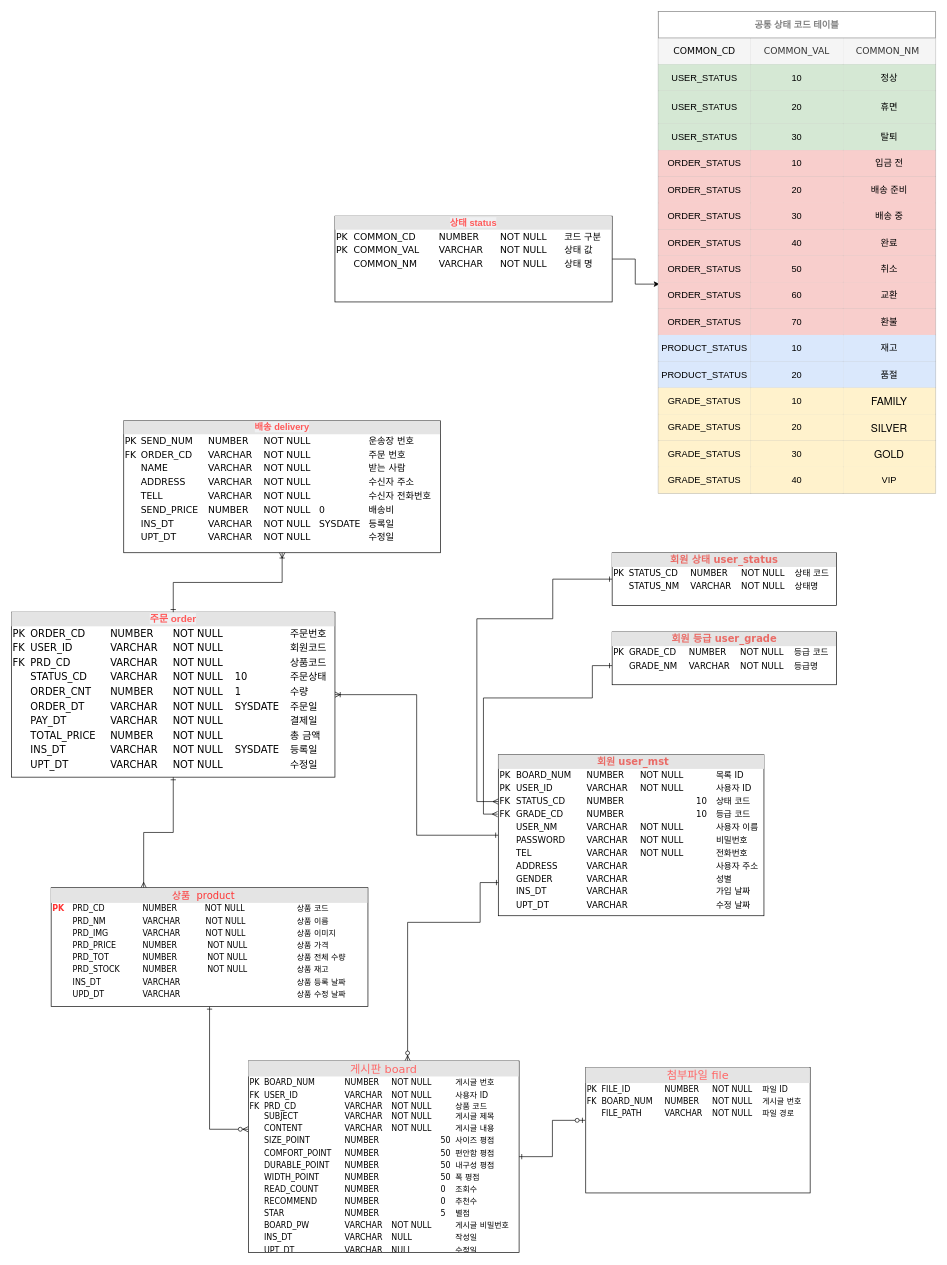
This is Nike.com/NikeERP.drawio from MinJeung-Kim/Team-Project, a draw.io file, before an edit. Source tidied: cells renumbered, new cells numbered last; positions are measured from the earlier drawing's top-left corner, leaving out a move shared by most shapes. Both pictures are drawn from the tidied source at 66%, with x=0, y=0 at pixel (11, 11).
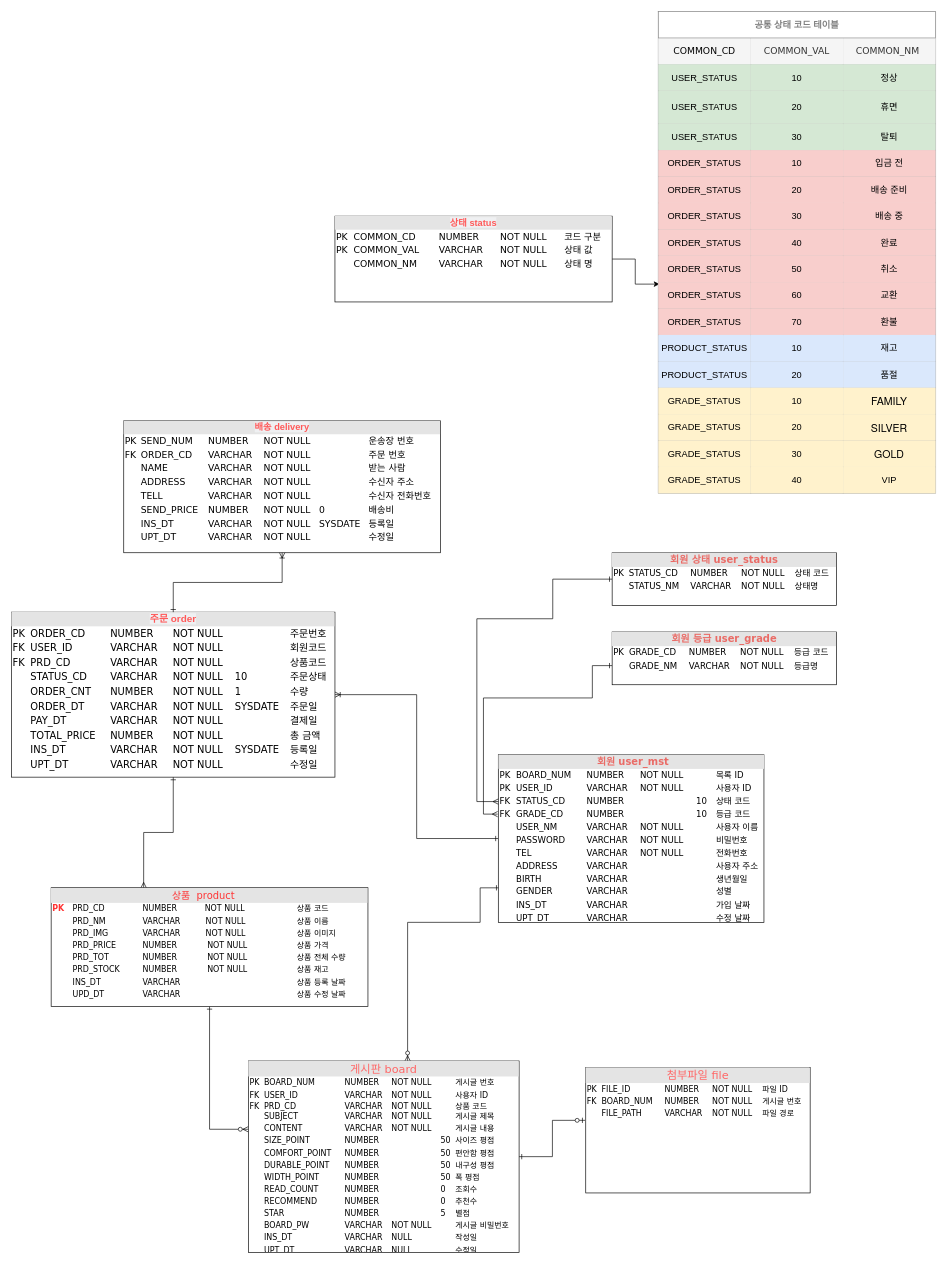
Above is the later version.

Change to the diagram source:
```diff
@@
-    <mxCell id="12" value="&lt;div style=&quot;box-sizing: border-box ; width: 100% ; background: rgb(228 , 228 , 228) ; padding: 2px ; text-align: center ; font-size: 15px&quot;&gt;&lt;font color=&quot;#ea6b66&quot; style=&quot;font-size: 15px&quot;&gt;&amp;nbsp;&lt;font style=&quot;font-size: 15px&quot;&gt;&lt;b&gt;회원&lt;/b&gt;&lt;/font&gt; &lt;b&gt;user_mst&lt;/b&gt;&lt;/font&gt;&lt;/div&gt;&lt;table cellpadding=&quot;2&quot; cellspacing=&quot;0&quot; style=&quot;font-size: 13px ; width: 410.667px&quot;&gt;&lt;tbody&gt;&lt;tr&gt;&lt;td&gt;&lt;font style=&quot;font-size: 13px&quot;&gt;PK&lt;/font&gt;&lt;/td&gt;&lt;td&gt;&lt;font style=&quot;font-size: 13px&quot;&gt;BOARD_NUM&lt;br&gt;&lt;/font&gt;&lt;/td&gt;&lt;td&gt;&lt;font style=&quot;font-size: 13px&quot;&gt;NUMBER&lt;/font&gt;&lt;/td&gt;&lt;td&gt;&lt;font style=&quot;font-size: 13px&quot;&gt;NOT NULL&lt;/font&gt;&lt;/td&gt;&lt;td&gt;&lt;font style=&quot;font-size: 13px&quot;&gt;&lt;br&gt;&lt;/font&gt;&lt;/td&gt;&lt;td&gt;&lt;font style=&quot;font-size: 13px&quot;&gt;&lt;br&gt;&lt;/font&gt;&lt;/td&gt;&lt;td&gt;&lt;font style=&quot;font-size: 13px&quot;&gt;목록 ID&lt;/font&gt;&lt;/td&gt;&lt;/tr&gt;&lt;tr&gt;&lt;td&gt;&lt;font style=&quot;font-size: 13px&quot;&gt;PK&lt;/font&gt;&lt;/td&gt;&lt;td&gt;&lt;font style=&quot;font-size: 13px&quot;&gt;USER_ID&lt;/font&gt;&lt;/td&gt;&lt;td&gt;&lt;font style=&quot;font-size: 13px&quot;&gt;VARCHAR&lt;/font&gt;&lt;/td&gt;&lt;td&gt;&lt;font style=&quot;font-size: 13px&quot;&gt;NOT NULL&lt;/font&gt;&lt;/td&gt;&lt;td&gt;&lt;font style=&quot;font-size: 13px&quot;&gt;&lt;br&gt;&lt;/font&gt;&lt;/td&gt;&lt;td&gt;&lt;font style=&quot;font-size: 13px&quot;&gt;&lt;br&gt;&lt;/font&gt;&lt;/td&gt;&lt;td&gt;&lt;font style=&quot;font-size: 13px&quot;&gt;사용자 ID&lt;/font&gt;&lt;/td&gt;&lt;/tr&gt;&lt;tr&gt;&lt;td&gt;&lt;font style=&quot;font-size: 13px&quot;&gt;FK&lt;/font&gt;&lt;/td&gt;&lt;td&gt;&lt;font style=&quot;font-size: 13px&quot;&gt;STATUS_CD&lt;/font&gt;&lt;/td&gt;&lt;td&gt;&lt;font style=&quot;font-size: 13px&quot;&gt;NUMBER&lt;br&gt;&lt;/font&gt;&lt;/td&gt;&lt;td&gt;&lt;font style=&quot;font-size: 13px&quot;&gt;&lt;br&gt;&lt;/font&gt;&lt;/td&gt;&lt;td&gt;&lt;font style=&quot;font-size: 13px&quot;&gt;10&lt;/font&gt;&lt;/td&gt;&lt;td&gt;&lt;font style=&quot;font-size: 13px&quot;&gt;&lt;br&gt;&lt;/font&gt;&lt;/td&gt;&lt;td&gt;&lt;font style=&quot;font-size: 13px&quot;&gt;상태 코드&lt;/font&gt;&lt;/td&gt;&lt;/tr&gt;&lt;tr&gt;&lt;td&gt;&lt;font style=&quot;font-size: 13px&quot;&gt;FK&lt;/font&gt;&lt;/td&gt;&lt;td&gt;&lt;font style=&quot;font-size: 13px&quot;&gt;GRADE_CD&lt;/font&gt;&lt;/td&gt;&lt;td&gt;&lt;font style=&quot;font-size: 13px&quot;&gt;NUMBER&lt;br&gt;&lt;/font&gt;&lt;/td&gt;&lt;td&gt;&lt;font style=&quot;font-size: 13px&quot;&gt;&lt;br&gt;&lt;/font&gt;&lt;/td&gt;&lt;td&gt;&lt;font style=&quot;font-size: 13px&quot;&gt;10&lt;/font&gt;&lt;/td&gt;&lt;td&gt;&lt;font style=&quot;font-size: 13px&quot;&gt;&lt;br&gt;&lt;/font&gt;&lt;/td&gt;&lt;td&gt;&lt;font style=&quot;font-size: 13px&quot;&gt;등급 코드&lt;/font&gt;&lt;/td&gt;&lt;/tr&gt;&lt;tr&gt;&lt;td&gt;&lt;font style=&quot;font-size: 13px&quot;&gt;&lt;br&gt;&lt;/font&gt;&lt;/td&gt;&lt;td&gt;&lt;font style=&quot;font-size: 13px&quot;&gt;USER_NM&lt;br&gt;&lt;/font&gt;&lt;/td&gt;&lt;td&gt;&lt;font style=&quot;font-size: 13px&quot;&gt;VARCHAR&lt;br&gt;&lt;/font&gt;&lt;/td&gt;&lt;td&gt;&lt;font style=&quot;font-size: 13px&quot;&gt;NOT NULL&lt;br&gt;&lt;/font&gt;&lt;/td&gt;&lt;td&gt;&lt;font style=&quot;font-size: 13px&quot;&gt;&lt;br&gt;&lt;/font&gt;&lt;/td&gt;&lt;td&gt;&lt;font style=&quot;font-size: 13px&quot;&gt;&lt;br&gt;&lt;/font&gt;&lt;/td&gt;&lt;td&gt;&lt;font style=&quot;font-size: 13px&quot;&gt;사용자 이름&lt;br&gt;&lt;/font&gt;&lt;/td&gt;&lt;/tr&gt;&lt;tr&gt;&lt;td&gt;&lt;font style=&quot;font-size: 13px&quot;&gt;&lt;br&gt;&lt;/font&gt;&lt;/td&gt;&lt;td&gt;&lt;font style=&quot;font-size: 13px&quot;&gt;PASSWORD&lt;br&gt;&lt;/font&gt;&lt;/td&gt;&lt;td&gt;&lt;font style=&quot;font-size: 13px&quot;&gt;VARCHAR&lt;br&gt;&lt;/font&gt;&lt;/td&gt;&lt;td&gt;&lt;font style=&quot;font-size: 13px&quot;&gt;NOT NULL&lt;br&gt;&lt;/font&gt;&lt;/td&gt;&lt;td&gt;&lt;font style=&quot;font-size: 13px&quot;&gt;&lt;br&gt;&lt;/font&gt;&lt;/td&gt;&lt;td&gt;&lt;font style=&quot;font-size: 13px&quot;&gt;&lt;br&gt;&lt;/font&gt;&lt;/td&gt;&lt;td&gt;&lt;font style=&quot;font-size: 13px&quot;&gt;비밀번호&lt;br&gt;&lt;/font&gt;&lt;/td&gt;&lt;/tr&gt;&lt;tr&gt;&lt;td&gt;&lt;font style=&quot;font-size: 13px&quot;&gt;&lt;br&gt;&lt;/font&gt;&lt;/td&gt;&lt;td&gt;&lt;font style=&quot;font-size: 13px&quot;&gt;TEL&lt;br&gt;&lt;/font&gt;&lt;/td&gt;&lt;td&gt;&lt;font style=&quot;font-size: 13px&quot;&gt;VARCHAR&lt;br&gt;&lt;/font&gt;&lt;/td&gt;&lt;td&gt;&lt;font style=&quot;font-size: 13px&quot;&gt;NOT NULL&lt;br&gt;&lt;/font&gt;&lt;/td&gt;&lt;td&gt;&lt;font style=&quot;font-size: 13px&quot;&gt;&lt;br&gt;&lt;/font&gt;&lt;/td&gt;&lt;td&gt;&lt;font style=&quot;font-size: 13px&quot;&gt;&lt;br&gt;&lt;/font&gt;&lt;/td&gt;&lt;td&gt;&lt;font style=&quot;font-size: 13px&quot;&gt;전화번호&lt;br&gt;&lt;/font&gt;&lt;/td&gt;&lt;/tr&gt;&lt;tr&gt;&lt;td&gt;&lt;font style=&quot;font-size: 13px&quot;&gt;&lt;br&gt;&lt;/font&gt;&lt;/td&gt;&lt;td&gt;&lt;font style=&quot;font-size: 13px&quot;&gt;ADDRESS&lt;/font&gt;&lt;/td&gt;&lt;td&gt;&lt;font style=&quot;font-size: 13px&quot;&gt;VARCHAR&lt;br&gt;&lt;/font&gt;&lt;/td&gt;&lt;td&gt;&lt;font style=&quot;font-size: 13px&quot;&gt;&lt;br&gt;&lt;/font&gt;&lt;/td&gt;&lt;td&gt;&lt;font style=&quot;font-size: 13px&quot;&gt;&lt;br&gt;&lt;/font&gt;&lt;/td&gt;&lt;td&gt;&lt;font style=&quot;font-size: 13px&quot;&gt;&lt;br&gt;&lt;/font&gt;&lt;/td&gt;&lt;td&gt;&lt;font style=&quot;font-size: 13px&quot;&gt;사용자 주소&lt;/font&gt;&lt;/td&gt;&lt;/tr&gt;&lt;tr&gt;&lt;td&gt;&lt;font style=&quot;font-size: 13px&quot;&gt;&lt;br&gt;&lt;/font&gt;&lt;/td&gt;&lt;td&gt;&lt;font style=&quot;font-size: 13px&quot;&gt;GENDER&lt;/font&gt;&lt;/td&gt;&lt;td&gt;&lt;font style=&quot;font-size: 13px&quot;&gt;VARCHAR&lt;br&gt;&lt;/font&gt;&lt;/td&gt;&lt;td&gt;&lt;font style=&quot;font-size: 13px&quot;&gt;&lt;br&gt;&lt;/font&gt;&lt;/td&gt;&lt;td&gt;&lt;font style=&quot;font-size: 13px&quot;&gt;&lt;br&gt;&lt;/font&gt;&lt;/td&gt;&lt;td&gt;&lt;font style=&quot;font-size: 13px&quot;&gt;&lt;br&gt;&lt;/font&gt;&lt;/td&gt;&lt;td&gt;&lt;font style=&quot;font-size: 13px&quot;&gt;성별&lt;/font&gt;&lt;/td&gt;&lt;/tr&gt;&lt;tr&gt;&lt;td&gt;&lt;font style=&quot;font-size: 13px&quot;&gt;&lt;br&gt;&lt;/font&gt;&lt;/td&gt;&lt;td&gt;&lt;font style=&quot;font-size: 13px&quot;&gt;INS_DT&lt;/font&gt;&lt;/td&gt;&lt;td&gt;&lt;font style=&quot;font-size: 13px&quot;&gt;VARCHAR&lt;br&gt;&lt;/font&gt;&lt;/td&gt;&lt;td&gt;&lt;font style=&quot;font-size: 13px&quot;&gt;&lt;br&gt;&lt;/font&gt;&lt;/td&gt;&lt;td&gt;&lt;font style=&quot;font-size: 13px&quot;&gt;&lt;br&gt;&lt;/font&gt;&lt;/td&gt;&lt;td&gt;&lt;font style=&quot;font-size: 13px&quot;&gt;&lt;br&gt;&lt;/font&gt;&lt;/td&gt;&lt;td&gt;&lt;font style=&quot;font-size: 13px&quot;&gt;가입 날짜&lt;/font&gt;&lt;/td&gt;&lt;/tr&gt;&lt;tr&gt;&lt;td&gt;&lt;font style=&quot;font-size: 13px&quot;&gt;&lt;br&gt;&lt;/font&gt;&lt;/td&gt;&lt;td&gt;&lt;font style=&quot;font-size: 13px&quot;&gt;UPT_DT&lt;/font&gt;&lt;/td&gt;&lt;td&gt;&lt;font style=&quot;font-size: 13px&quot;&gt;VARCHAR&lt;br&gt;&lt;/font&gt;&lt;/td&gt;&lt;td&gt;&lt;font style=&quot;font-size: 13px&quot;&gt;&lt;br&gt;&lt;/font&gt;&lt;/td&gt;&lt;td&gt;&lt;font style=&quot;font-size: 13px&quot;&gt;&lt;br&gt;&lt;/font&gt;&lt;/td&gt;&lt;td&gt;&lt;font style=&quot;font-size: 13px&quot;&gt;&lt;br&gt;&lt;/font&gt;&lt;/td&gt;&lt;td&gt;&lt;font style=&quot;font-size: 13px&quot;&gt;수정 날짜&lt;/font&gt;&lt;/td&gt;&lt;/tr&gt;&lt;/tbody&gt;&lt;/table&gt;" style="verticalAlign=top;align=left;overflow=fill;html=1;rounded=0;shadow=0;comic=0;labelBackgroundColor=none;strokeWidth=1;fontFamily=Verdana;fontSize=12;spacingTop=0;spacingBottom=0;" parent="1" vertex="1">
-      <mxGeometry x="737.5" y="1126" width="402.5" height="244" as="geometry" />
+    <mxCell id="12" value="&lt;div style=&quot;box-sizing: border-box ; width: 100% ; background: rgb(228 , 228 , 228) ; padding: 2px ; text-align: center ; font-size: 15px&quot;&gt;&lt;font color=&quot;#ea6b66&quot; style=&quot;font-size: 15px&quot;&gt;&amp;nbsp;&lt;font style=&quot;font-size: 15px&quot;&gt;&lt;b&gt;회원&lt;/b&gt;&lt;/font&gt; &lt;b&gt;user_mst&lt;/b&gt;&lt;/font&gt;&lt;/div&gt;&lt;table cellpadding=&quot;2&quot; cellspacing=&quot;0&quot; style=&quot;font-size: 13px ; width: 410.667px&quot;&gt;&lt;tbody&gt;&lt;tr&gt;&lt;td&gt;&lt;font style=&quot;font-size: 13px&quot;&gt;PK&lt;/font&gt;&lt;/td&gt;&lt;td&gt;&lt;font style=&quot;font-size: 13px&quot;&gt;BOARD_NUM&lt;br&gt;&lt;/font&gt;&lt;/td&gt;&lt;td&gt;&lt;font style=&quot;font-size: 13px&quot;&gt;NUMBER&lt;/font&gt;&lt;/td&gt;&lt;td&gt;&lt;font style=&quot;font-size: 13px&quot;&gt;NOT NULL&lt;/font&gt;&lt;/td&gt;&lt;td&gt;&lt;font style=&quot;font-size: 13px&quot;&gt;&lt;br&gt;&lt;/font&gt;&lt;/td&gt;&lt;td&gt;&lt;font style=&quot;font-size: 13px&quot;&gt;&lt;br&gt;&lt;/font&gt;&lt;/td&gt;&lt;td&gt;&lt;font style=&quot;font-size: 13px&quot;&gt;목록 ID&lt;/font&gt;&lt;/td&gt;&lt;/tr&gt;&lt;tr&gt;&lt;td&gt;&lt;font style=&quot;font-size: 13px&quot;&gt;PK&lt;/font&gt;&lt;/td&gt;&lt;td&gt;&lt;font style=&quot;font-size: 13px&quot;&gt;USER_ID&lt;/font&gt;&lt;/td&gt;&lt;td&gt;&lt;font style=&quot;font-size: 13px&quot;&gt;VARCHAR&lt;/font&gt;&lt;/td&gt;&lt;td&gt;&lt;font style=&quot;font-size: 13px&quot;&gt;NOT NULL&lt;/font&gt;&lt;/td&gt;&lt;td&gt;&lt;font style=&quot;font-size: 13px&quot;&gt;&lt;br&gt;&lt;/font&gt;&lt;/td&gt;&lt;td&gt;&lt;font style=&quot;font-size: 13px&quot;&gt;&lt;br&gt;&lt;/font&gt;&lt;/td&gt;&lt;td&gt;&lt;font style=&quot;font-size: 13px&quot;&gt;사용자 ID&lt;/font&gt;&lt;/td&gt;&lt;/tr&gt;&lt;tr&gt;&lt;td&gt;&lt;font style=&quot;font-size: 13px&quot;&gt;FK&lt;/font&gt;&lt;/td&gt;&lt;td&gt;&lt;font style=&quot;font-size: 13px&quot;&gt;STATUS_CD&lt;/font&gt;&lt;/td&gt;&lt;td&gt;&lt;font style=&quot;font-size: 13px&quot;&gt;NUMBER&lt;br&gt;&lt;/font&gt;&lt;/td&gt;&lt;td&gt;&lt;font style=&quot;font-size: 13px&quot;&gt;&lt;br&gt;&lt;/font&gt;&lt;/td&gt;&lt;td&gt;&lt;font style=&quot;font-size: 13px&quot;&gt;10&lt;/font&gt;&lt;/td&gt;&lt;td&gt;&lt;font style=&quot;font-size: 13px&quot;&gt;&lt;br&gt;&lt;/font&gt;&lt;/td&gt;&lt;td&gt;&lt;font style=&quot;font-size: 13px&quot;&gt;상태 코드&lt;/font&gt;&lt;/td&gt;&lt;/tr&gt;&lt;tr&gt;&lt;td&gt;&lt;font style=&quot;font-size: 13px&quot;&gt;FK&lt;/font&gt;&lt;/td&gt;&lt;td&gt;&lt;font style=&quot;font-size: 13px&quot;&gt;GRADE_CD&lt;/font&gt;&lt;/td&gt;&lt;td&gt;&lt;font style=&quot;font-size: 13px&quot;&gt;NUMBER&lt;br&gt;&lt;/font&gt;&lt;/td&gt;&lt;td&gt;&lt;font style=&quot;font-size: 13px&quot;&gt;&lt;br&gt;&lt;/font&gt;&lt;/td&gt;&lt;td&gt;&lt;font style=&quot;font-size: 13px&quot;&gt;10&lt;/font&gt;&lt;/td&gt;&lt;td&gt;&lt;font style=&quot;font-size: 13px&quot;&gt;&lt;br&gt;&lt;/font&gt;&lt;/td&gt;&lt;td&gt;&lt;font style=&quot;font-size: 13px&quot;&gt;등급 코드&lt;/font&gt;&lt;/td&gt;&lt;/tr&gt;&lt;tr&gt;&lt;td&gt;&lt;font style=&quot;font-size: 13px&quot;&gt;&lt;br&gt;&lt;/font&gt;&lt;/td&gt;&lt;td&gt;&lt;font style=&quot;font-size: 13px&quot;&gt;USER_NM&lt;br&gt;&lt;/font&gt;&lt;/td&gt;&lt;td&gt;&lt;font style=&quot;font-size: 13px&quot;&gt;VARCHAR&lt;br&gt;&lt;/font&gt;&lt;/td&gt;&lt;td&gt;&lt;font style=&quot;font-size: 13px&quot;&gt;NOT NULL&lt;br&gt;&lt;/font&gt;&lt;/td&gt;&lt;td&gt;&lt;font style=&quot;font-size: 13px&quot;&gt;&lt;br&gt;&lt;/font&gt;&lt;/td&gt;&lt;td&gt;&lt;font style=&quot;font-size: 13px&quot;&gt;&lt;br&gt;&lt;/font&gt;&lt;/td&gt;&lt;td&gt;&lt;font style=&quot;font-size: 13px&quot;&gt;사용자 이름&lt;br&gt;&lt;/font&gt;&lt;/td&gt;&lt;/tr&gt;&lt;tr&gt;&lt;td&gt;&lt;font style=&quot;font-size: 13px&quot;&gt;&lt;br&gt;&lt;/font&gt;&lt;/td&gt;&lt;td&gt;&lt;font style=&quot;font-size: 13px&quot;&gt;PASSWORD&lt;br&gt;&lt;/font&gt;&lt;/td&gt;&lt;td&gt;&lt;font style=&quot;font-size: 13px&quot;&gt;VARCHAR&lt;br&gt;&lt;/font&gt;&lt;/td&gt;&lt;td&gt;&lt;font style=&quot;font-size: 13px&quot;&gt;NOT NULL&lt;br&gt;&lt;/font&gt;&lt;/td&gt;&lt;td&gt;&lt;font style=&quot;font-size: 13px&quot;&gt;&lt;br&gt;&lt;/font&gt;&lt;/td&gt;&lt;td&gt;&lt;font style=&quot;font-size: 13px&quot;&gt;&lt;br&gt;&lt;/font&gt;&lt;/td&gt;&lt;td&gt;&lt;font style=&quot;font-size: 13px&quot;&gt;비밀번호&lt;br&gt;&lt;/font&gt;&lt;/td&gt;&lt;/tr&gt;&lt;tr&gt;&lt;td&gt;&lt;font style=&quot;font-size: 13px&quot;&gt;&lt;br&gt;&lt;/font&gt;&lt;/td&gt;&lt;td&gt;&lt;font style=&quot;font-size: 13px&quot;&gt;TEL&lt;br&gt;&lt;/font&gt;&lt;/td&gt;&lt;td&gt;&lt;font style=&quot;font-size: 13px&quot;&gt;VARCHAR&lt;br&gt;&lt;/font&gt;&lt;/td&gt;&lt;td&gt;&lt;font style=&quot;font-size: 13px&quot;&gt;NOT NULL&lt;br&gt;&lt;/font&gt;&lt;/td&gt;&lt;td&gt;&lt;font style=&quot;font-size: 13px&quot;&gt;&lt;br&gt;&lt;/font&gt;&lt;/td&gt;&lt;td&gt;&lt;font style=&quot;font-size: 13px&quot;&gt;&lt;br&gt;&lt;/font&gt;&lt;/td&gt;&lt;td&gt;&lt;font style=&quot;font-size: 13px&quot;&gt;전화번호&lt;br&gt;&lt;/font&gt;&lt;/td&gt;&lt;/tr&gt;&lt;tr&gt;&lt;td&gt;&lt;font style=&quot;font-size: 13px&quot;&gt;&lt;br&gt;&lt;/font&gt;&lt;/td&gt;&lt;td&gt;&lt;font style=&quot;font-size: 13px&quot;&gt;ADDRESS&lt;/font&gt;&lt;/td&gt;&lt;td&gt;&lt;font style=&quot;font-size: 13px&quot;&gt;VARCHAR&lt;br&gt;&lt;/font&gt;&lt;/td&gt;&lt;td&gt;&lt;font style=&quot;font-size: 13px&quot;&gt;&lt;br&gt;&lt;/font&gt;&lt;/td&gt;&lt;td&gt;&lt;font style=&quot;font-size: 13px&quot;&gt;&lt;br&gt;&lt;/font&gt;&lt;/td&gt;&lt;td&gt;&lt;font style=&quot;font-size: 13px&quot;&gt;&lt;br&gt;&lt;/font&gt;&lt;/td&gt;&lt;td&gt;&lt;font style=&quot;font-size: 13px&quot;&gt;사용자 주소&lt;/font&gt;&lt;/td&gt;&lt;/tr&gt;&lt;tr&gt;&lt;td&gt;&lt;br&gt;&lt;/td&gt;&lt;td&gt;BIRTH&lt;/td&gt;&lt;td&gt;VARCHAR&lt;/td&gt;&lt;td&gt;&lt;br&gt;&lt;/td&gt;&lt;td&gt;&lt;br&gt;&lt;/td&gt;&lt;td&gt;&lt;br&gt;&lt;/td&gt;&lt;td&gt;생년월일&lt;/td&gt;&lt;/tr&gt;&lt;tr&gt;&lt;td&gt;&lt;font style=&quot;font-size: 13px&quot;&gt;&lt;br&gt;&lt;/font&gt;&lt;/td&gt;&lt;td&gt;&lt;font style=&quot;font-size: 13px&quot;&gt;GENDER&lt;/font&gt;&lt;/td&gt;&lt;td&gt;&lt;font style=&quot;font-size: 13px&quot;&gt;VARCHAR&lt;br&gt;&lt;/font&gt;&lt;/td&gt;&lt;td&gt;&lt;font style=&quot;font-size: 13px&quot;&gt;&lt;br&gt;&lt;/font&gt;&lt;/td&gt;&lt;td&gt;&lt;font style=&quot;font-size: 13px&quot;&gt;&lt;br&gt;&lt;/font&gt;&lt;/td&gt;&lt;td&gt;&lt;font style=&quot;font-size: 13px&quot;&gt;&lt;br&gt;&lt;/font&gt;&lt;/td&gt;&lt;td&gt;&lt;font style=&quot;font-size: 13px&quot;&gt;성별&lt;/font&gt;&lt;/td&gt;&lt;/tr&gt;&lt;tr&gt;&lt;td&gt;&lt;font style=&quot;font-size: 13px&quot;&gt;&lt;br&gt;&lt;/font&gt;&lt;/td&gt;&lt;td&gt;&lt;font style=&quot;font-size: 13px&quot;&gt;INS_DT&lt;/font&gt;&lt;/td&gt;&lt;td&gt;&lt;font style=&quot;font-size: 13px&quot;&gt;VARCHAR&lt;br&gt;&lt;/font&gt;&lt;/td&gt;&lt;td&gt;&lt;font style=&quot;font-size: 13px&quot;&gt;&lt;br&gt;&lt;/font&gt;&lt;/td&gt;&lt;td&gt;&lt;font style=&quot;font-size: 13px&quot;&gt;&lt;br&gt;&lt;/font&gt;&lt;/td&gt;&lt;td&gt;&lt;font style=&quot;font-size: 13px&quot;&gt;&lt;br&gt;&lt;/font&gt;&lt;/td&gt;&lt;td&gt;&lt;font style=&quot;font-size: 13px&quot;&gt;가입 날짜&lt;/font&gt;&lt;/td&gt;&lt;/tr&gt;&lt;tr&gt;&lt;td&gt;&lt;font style=&quot;font-size: 13px&quot;&gt;&lt;br&gt;&lt;/font&gt;&lt;/td&gt;&lt;td&gt;&lt;font style=&quot;font-size: 13px&quot;&gt;UPT_DT&lt;/font&gt;&lt;/td&gt;&lt;td&gt;&lt;font style=&quot;font-size: 13px&quot;&gt;VARCHAR&lt;br&gt;&lt;/font&gt;&lt;/td&gt;&lt;td&gt;&lt;font style=&quot;font-size: 13px&quot;&gt;&lt;br&gt;&lt;/font&gt;&lt;/td&gt;&lt;td&gt;&lt;font style=&quot;font-size: 13px&quot;&gt;&lt;br&gt;&lt;/font&gt;&lt;/td&gt;&lt;td&gt;&lt;font style=&quot;font-size: 13px&quot;&gt;&lt;br&gt;&lt;/font&gt;&lt;/td&gt;&lt;td&gt;&lt;font style=&quot;font-size: 13px&quot;&gt;수정 날짜&lt;/font&gt;&lt;/td&gt;&lt;/tr&gt;&lt;/tbody&gt;&lt;/table&gt;" style="verticalAlign=top;align=left;overflow=fill;html=1;rounded=0;shadow=0;comic=0;labelBackgroundColor=none;strokeWidth=1;fontFamily=Verdana;fontSize=12;spacingTop=0;spacingBottom=0;" parent="1" vertex="1">
+      <mxGeometry x="737.5" y="1126" width="402.5" height="254" as="geometry" />
     </mxCell>
```
